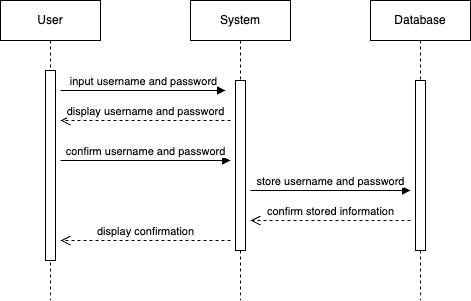
gavinbarry60/group8 keeps this draw.io diagram as Use Case Diagrams/Create Account/Create Account Sequence Diagram.drawio.png. Above is the earlier version. Source tidied: cells renumbered, new cells last; positions are measured from the earlier drawing's top-left corner, leaving out a move shared by most shapes.
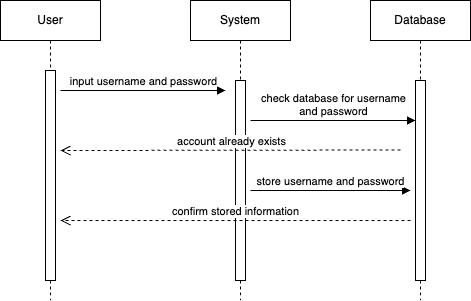
Above is the later version.

Change to the diagram source:
```diff
@@ -6,13 +6,13 @@
       <mxGeometry width="100" height="300" as="geometry" />
     </mxCell>
     <mxCell id="3" style="html=1;perimeter=orthogonalPerimeter;targetShapes=umlLifeline;newEdgeStyle={&quot;edgeStyle&quot;:&quot;elbowEdgeStyle&quot;,&quot;elbow&quot;:&quot;vertical&quot;,&quot;curved&quot;:0,&quot;rounded&quot;:0};" parent="2" vertex="1">
-      <mxGeometry x="45" y="70" width="10" height="190" as="geometry" />
+      <mxGeometry x="45" y="70" width="10" height="210" as="geometry" />
     </mxCell>
     <mxCell id="4" value="System" style="shape=umlLifeline;perimeter=lifelinePerimeter;whiteSpace=wrap;html=1;newEdgeStyle={&quot;edgeStyle&quot;:&quot;elbowEdgeStyle&quot;,&quot;elbow&quot;:&quot;vertical&quot;,&quot;curved&quot;:0,&quot;rounded&quot;:0};" parent="1" vertex="1">
       <mxGeometry x="190" width="100" height="300" as="geometry" />
     </mxCell>
     <mxCell id="5" style="html=1;perimeter=orthogonalPerimeter;targetShapes=umlLifeline;newEdgeStyle={&quot;edgeStyle&quot;:&quot;elbowEdgeStyle&quot;,&quot;elbow&quot;:&quot;vertical&quot;,&quot;curved&quot;:0,&quot;rounded&quot;:0};" parent="4" vertex="1">
-      <mxGeometry x="45" y="80" width="10" height="170" as="geometry" />
+      <mxGeometry x="45" y="80" width="10" height="200" as="geometry" />
     </mxCell>
     <mxCell id="6" value="input username and password" style="html=1;verticalAlign=bottom;endArrow=block;edgeStyle=elbowEdgeStyle;elbow=vertical;curved=0;rounded=0;" parent="1" edge="1">
       <mxGeometry relative="1" as="geometry">
@@ -23,27 +23,12 @@
         </Array>
       </mxGeometry>
     </mxCell>
-    <mxCell id="7" value="display username and password" style="html=1;verticalAlign=bottom;endArrow=open;dashed=1;endSize=8;edgeStyle=elbowEdgeStyle;elbow=vertical;curved=0;rounded=0;" parent="1" edge="1">
-      <mxGeometry relative="1" as="geometry">
-        <mxPoint x="230" y="120" as="sourcePoint" />
-        <mxPoint x="60" y="120" as="targetPoint" />
-      </mxGeometry>
-    </mxCell>
     <mxCell id="8" value="Database" style="shape=umlLifeline;perimeter=lifelinePerimeter;whiteSpace=wrap;html=1;newEdgeStyle={&quot;edgeStyle&quot;:&quot;elbowEdgeStyle&quot;,&quot;elbow&quot;:&quot;vertical&quot;,&quot;curved&quot;:0,&quot;rounded&quot;:0};" parent="1" vertex="1">
       <mxGeometry x="370" width="100" height="300" as="geometry" />
     </mxCell>
     <mxCell id="9" style="html=1;perimeter=orthogonalPerimeter;targetShapes=umlLifeline;newEdgeStyle={&quot;edgeStyle&quot;:&quot;elbowEdgeStyle&quot;,&quot;elbow&quot;:&quot;vertical&quot;,&quot;curved&quot;:0,&quot;rounded&quot;:0};" parent="8" vertex="1">
-      <mxGeometry x="45" y="80" width="10" height="170" as="geometry" />
+      <mxGeometry x="45" y="80" width="10" height="200" as="geometry" />
     </mxCell>
-    <mxCell id="10" value="confirm username and password" style="html=1;verticalAlign=bottom;endArrow=block;edgeStyle=elbowEdgeStyle;elbow=vertical;curved=0;rounded=0;" parent="1" edge="1">
-      <mxGeometry relative="1" as="geometry">
-        <mxPoint x="60" y="160" as="sourcePoint" />
-        <mxPoint x="230" y="160" as="targetPoint" />
-        <Array as="points">
-          <mxPoint x="145" y="160" />
-        </Array>
-      </mxGeometry>
-    </mxCell>
     <mxCell id="11" value="store username and password" style="html=1;verticalAlign=bottom;endArrow=block;edgeStyle=elbowEdgeStyle;elbow=vertical;curved=0;rounded=0;" parent="1" edge="1">
       <mxGeometry relative="1" as="geometry">
         <mxPoint x="250" y="190" as="sourcePoint" />
@@ -56,14 +41,23 @@
     <mxCell id="12" value="confirm stored information" style="html=1;verticalAlign=bottom;endArrow=open;dashed=1;endSize=8;edgeStyle=elbowEdgeStyle;elbow=vertical;curved=0;rounded=0;" parent="1" edge="1">
       <mxGeometry relative="1" as="geometry">
         <mxPoint x="410" y="220" as="sourcePoint" />
-        <mxPoint x="250" y="220" as="targetPoint" />
+        <mxPoint x="60" y="220" as="targetPoint" />
       </mxGeometry>
     </mxCell>
-    <mxCell id="13" value="display confirmation" style="html=1;verticalAlign=bottom;endArrow=open;dashed=1;endSize=8;edgeStyle=elbowEdgeStyle;elbow=vertical;curved=0;rounded=0;" parent="1" edge="1">
-      <mxGeometry relative="1" as="geometry">
-        <mxPoint x="230" y="240" as="sourcePoint" />
-        <mxPoint x="60" y="240" as="targetPoint" />
-      </mxGeometry>
-    </mxCell>
+    <mxCell id="14" value="check database for username&lt;div&gt;and password&lt;/div&gt;" style="html=1;verticalAlign=bottom;endArrow=block;edgeStyle=elbowEdgeStyle;elbow=vertical;curved=0;rounded=0;" parent="1" edge="1">
+      <mxGeometry relative="1" as="geometry">
+        <mxPoint x="250" y="120" as="sourcePoint" />
+        <mxPoint x="415" y="120" as="targetPoint" />
+        <Array as="points">
+          <mxPoint x="335" y="120" />
+        </Array>
+      </mxGeometry>
+    </mxCell>
+    <mxCell id="15" value="account already exists" style="html=1;verticalAlign=bottom;endArrow=open;dashed=1;endSize=8;edgeStyle=elbowEdgeStyle;elbow=vertical;curved=0;rounded=0;" parent="1" edge="1">
+      <mxGeometry relative="1" as="geometry">
+        <mxPoint x="400" y="149.5" as="sourcePoint" />
+        <mxPoint x="60" y="150" as="targetPoint" />
+      </mxGeometry>
+    </mxCell>
   </root>
 </mxGraphModel>
```
